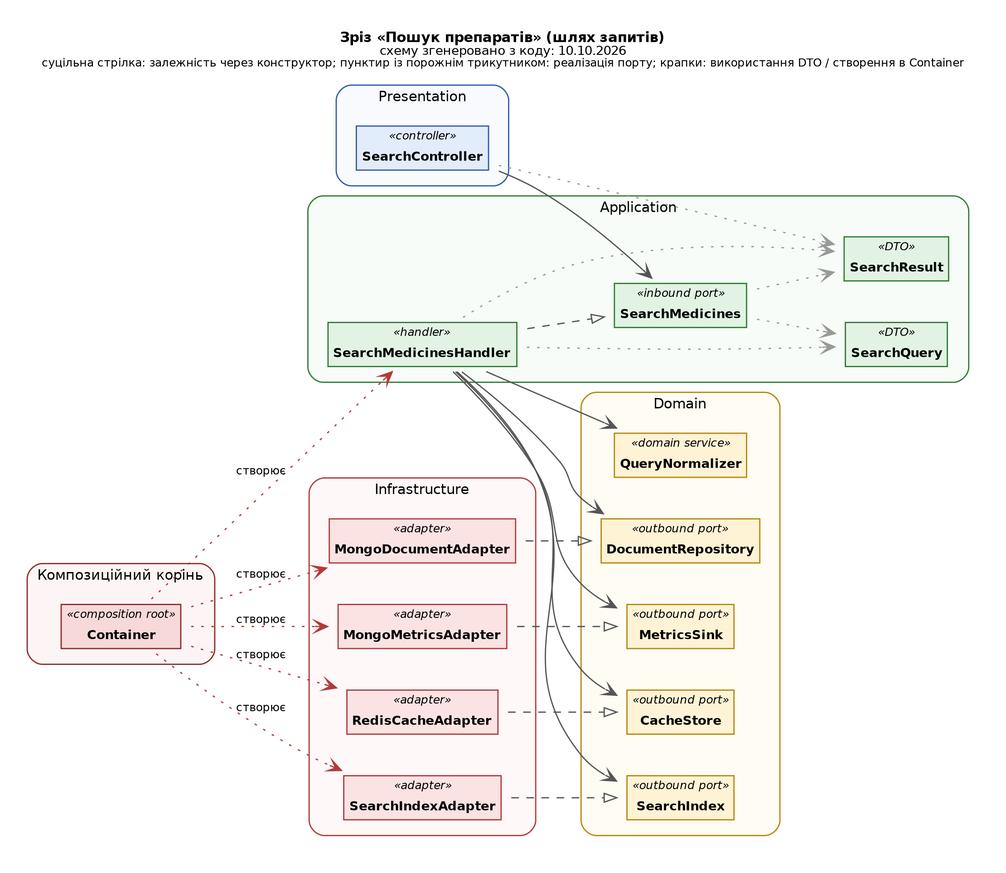
Before: docs/diagrams/05_search_slice.png, a diagram exported from Graphviz (ArtemHaylo/BD_coursework_medicine). Its source is kept beside it as docs/diagrams/05_search_slice.dot. The source it was exported from:
```dot
digraph search {
  rankdir=LR;
  graph [fontname="DejaVu Sans", fontsize=11, labelloc=t, pad=0.3, nodesep=0.35, ranksep=0.7];
  node [fontname="DejaVu Sans", fontsize=10];
  edge [fontname="DejaVu Sans", fontsize=9, color="#555555"];
  label=<<B>Зріз «Пошук препаратів» (шлях запитів)</B><BR/><FONT POINT-SIZE="10">схему згенеровано з коду: 10.10.2026</FONT><BR/><FONT POINT-SIZE="9">суцільна стрілка: залежність через конструктор; пунктир із порожнім трикутником: реалізація порту; крапки: використання DTO / створення в Container</FONT>>;
  subgraph "cluster_presentation" {
    label="Presentation"; style="rounded,filled"; fillcolor="#E3ECFB40"; color="#2F5DA8"; fontname="DejaVu Sans";
    "SearchController" [shape=plaintext, label=<<TABLE BORDER="1" CELLBORDER="0" CELLSPACING="0" CELLPADDING="3" BGCOLOR="#E3ECFB" COLOR="#2F5DA8"><TR><TD><FONT POINT-SIZE="9"><I>«controller»</I></FONT></TD></TR><TR><TD><B>SearchController</B></TD></TR></TABLE>>];
  }
  subgraph "cluster_application" {
    label="Application"; style="rounded,filled"; fillcolor="#E2F3E440"; color="#2E7D32"; fontname="DejaVu Sans";
    "SearchMedicines" [shape=plaintext, label=<<TABLE BORDER="1" CELLBORDER="0" CELLSPACING="0" CELLPADDING="3" BGCOLOR="#E2F3E4" COLOR="#2E7D32"><TR><TD><FONT POINT-SIZE="9"><I>«inbound port»</I></FONT></TD></TR><TR><TD><B>SearchMedicines</B></TD></TR></TABLE>>];
    "SearchMedicinesHandler" [shape=plaintext, label=<<TABLE BORDER="1" CELLBORDER="0" CELLSPACING="0" CELLPADDING="3" BGCOLOR="#E2F3E4" COLOR="#2E7D32"><TR><TD><FONT POINT-SIZE="9"><I>«handler»</I></FONT></TD></TR><TR><TD><B>SearchMedicinesHandler</B></TD></TR></TABLE>>];
    "SearchQuery" [shape=plaintext, label=<<TABLE BORDER="1" CELLBORDER="0" CELLSPACING="0" CELLPADDING="3" BGCOLOR="#E2F3E4" COLOR="#2E7D32"><TR><TD><FONT POINT-SIZE="9"><I>«DTO»</I></FONT></TD></TR><TR><TD><B>SearchQuery</B></TD></TR></TABLE>>];
    "SearchResult" [shape=plaintext, label=<<TABLE BORDER="1" CELLBORDER="0" CELLSPACING="0" CELLPADDING="3" BGCOLOR="#E2F3E4" COLOR="#2E7D32"><TR><TD><FONT POINT-SIZE="9"><I>«DTO»</I></FONT></TD></TR><TR><TD><B>SearchResult</B></TD></TR></TABLE>>];
  }
  subgraph "cluster_domain" {
    label="Domain"; style="rounded,filled"; fillcolor="#FFF3D640"; color="#B8860B"; fontname="DejaVu Sans";
    "CacheStore" [shape=plaintext, label=<<TABLE BORDER="1" CELLBORDER="0" CELLSPACING="0" CELLPADDING="3" BGCOLOR="#FFF3D6" COLOR="#B8860B"><TR><TD><FONT POINT-SIZE="9"><I>«outbound port»</I></FONT></TD></TR><TR><TD><B>CacheStore</B></TD></TR></TABLE>>];
    "DocumentRepository" [shape=plaintext, label=<<TABLE BORDER="1" CELLBORDER="0" CELLSPACING="0" CELLPADDING="3" BGCOLOR="#FFF3D6" COLOR="#B8860B"><TR><TD><FONT POINT-SIZE="9"><I>«outbound port»</I></FONT></TD></TR><TR><TD><B>DocumentRepository</B></TD></TR></TABLE>>];
    "MetricsSink" [shape=plaintext, label=<<TABLE BORDER="1" CELLBORDER="0" CELLSPACING="0" CELLPADDING="3" BGCOLOR="#FFF3D6" COLOR="#B8860B"><TR><TD><FONT POINT-SIZE="9"><I>«outbound port»</I></FONT></TD></TR><TR><TD><B>MetricsSink</B></TD></TR></TABLE>>];
    "QueryNormalizer" [shape=plaintext, label=<<TABLE BORDER="1" CELLBORDER="0" CELLSPACING="0" CELLPADDING="3" BGCOLOR="#FFF3D6" COLOR="#B8860B"><TR><TD><FONT POINT-SIZE="9"><I>«domain service»</I></FONT></TD></TR><TR><TD><B>QueryNormalizer</B></TD></TR></TABLE>>];
    "SearchIndex" [shape=plaintext, label=<<TABLE BORDER="1" CELLBORDER="0" CELLSPACING="0" CELLPADDING="3" BGCOLOR="#FFF3D6" COLOR="#B8860B"><TR><TD><FONT POINT-SIZE="9"><I>«outbound port»</I></FONT></TD></TR><TR><TD><B>SearchIndex</B></TD></TR></TABLE>>];
  }
  subgraph "cluster_infrastructure" {
    label="Infrastructure"; style="rounded,filled"; fillcolor="#FBE3E340"; color="#B23A3A"; fontname="DejaVu Sans";
    "MongoDocumentAdapter" [shape=plaintext, label=<<TABLE BORDER="1" CELLBORDER="0" CELLSPACING="0" CELLPADDING="3" BGCOLOR="#FBE3E3" COLOR="#B23A3A"><TR><TD><FONT POINT-SIZE="9"><I>«adapter»</I></FONT></TD></TR><TR><TD><B>MongoDocumentAdapter</B></TD></TR></TABLE>>];
    "MongoMetricsAdapter" [shape=plaintext, label=<<TABLE BORDER="1" CELLBORDER="0" CELLSPACING="0" CELLPADDING="3" BGCOLOR="#FBE3E3" COLOR="#B23A3A"><TR><TD><FONT POINT-SIZE="9"><I>«adapter»</I></FONT></TD></TR><TR><TD><B>MongoMetricsAdapter</B></TD></TR></TABLE>>];
    "RedisCacheAdapter" [shape=plaintext, label=<<TABLE BORDER="1" CELLBORDER="0" CELLSPACING="0" CELLPADDING="3" BGCOLOR="#FBE3E3" COLOR="#B23A3A"><TR><TD><FONT POINT-SIZE="9"><I>«adapter»</I></FONT></TD></TR><TR><TD><B>RedisCacheAdapter</B></TD></TR></TABLE>>];
    "SearchIndexAdapter" [shape=plaintext, label=<<TABLE BORDER="1" CELLBORDER="0" CELLSPACING="0" CELLPADDING="3" BGCOLOR="#FBE3E3" COLOR="#B23A3A"><TR><TD><FONT POINT-SIZE="9"><I>«adapter»</I></FONT></TD></TR><TR><TD><B>SearchIndexAdapter</B></TD></TR></TABLE>>];
  }
  subgraph "cluster_config" {
    label="Композиційний корінь"; style="rounded,filled"; fillcolor="#F7D9D940"; color="#8E2B2B"; fontname="DejaVu Sans";
    "Container" [shape=plaintext, label=<<TABLE BORDER="1" CELLBORDER="0" CELLSPACING="0" CELLPADDING="3" BGCOLOR="#F7D9D9" COLOR="#8E2B2B"><TR><TD><FONT POINT-SIZE="9"><I>«composition root»</I></FONT></TD></TR><TR><TD><B>Container</B></TD></TR></TABLE>>];
  }
  "Container" -> "MongoDocumentAdapter" [style=dotted, arrowhead=open, color="#B23A3A", label="створює"];
  "Container" -> "SearchIndexAdapter" [style=dotted, arrowhead=open, color="#B23A3A", label="створює"];
  "Container" -> "RedisCacheAdapter" [style=dotted, arrowhead=open, color="#B23A3A", label="створює"];
  "Container" -> "MongoMetricsAdapter" [style=dotted, arrowhead=open, color="#B23A3A", label="створює"];
  "Container" -> "SearchMedicinesHandler" [style=dotted, arrowhead=open, color="#B23A3A", label="створює"];
  "MongoDocumentAdapter" -> "DocumentRepository" [style=dashed, arrowhead=empty];
  "MongoMetricsAdapter" -> "MetricsSink" [style=dashed, arrowhead=empty];
  "RedisCacheAdapter" -> "CacheStore" [style=dashed, arrowhead=empty];
  "SearchController" -> "SearchMedicines" [arrowhead=vee];
  "SearchController" -> "SearchResult" [style=dotted, arrowhead=open, color="#999999"];
  "SearchIndexAdapter" -> "SearchIndex" [style=dashed, arrowhead=empty];
  "SearchMedicines" -> "SearchQuery" [style=dotted, arrowhead=open, color="#999999"];
  "SearchMedicines" -> "SearchResult" [style=dotted, arrowhead=open, color="#999999"];
  "SearchMedicinesHandler" -> "SearchMedicines" [style=dashed, arrowhead=empty];
  "SearchMedicinesHandler" -> "SearchIndex" [arrowhead=vee];
  "SearchMedicinesHandler" -> "CacheStore" [arrowhead=vee];
  "SearchMedicinesHandler" -> "DocumentRepository" [arrowhead=vee];
  "SearchMedicinesHandler" -> "MetricsSink" [arrowhead=vee];
  "SearchMedicinesHandler" -> "QueryNormalizer" [arrowhead=vee];
  "SearchMedicinesHandler" -> "SearchQuery" [style=dotted, arrowhead=open, color="#999999"];
  "SearchMedicinesHandler" -> "SearchResult" [style=dotted, arrowhead=open, color="#999999"];
}
```
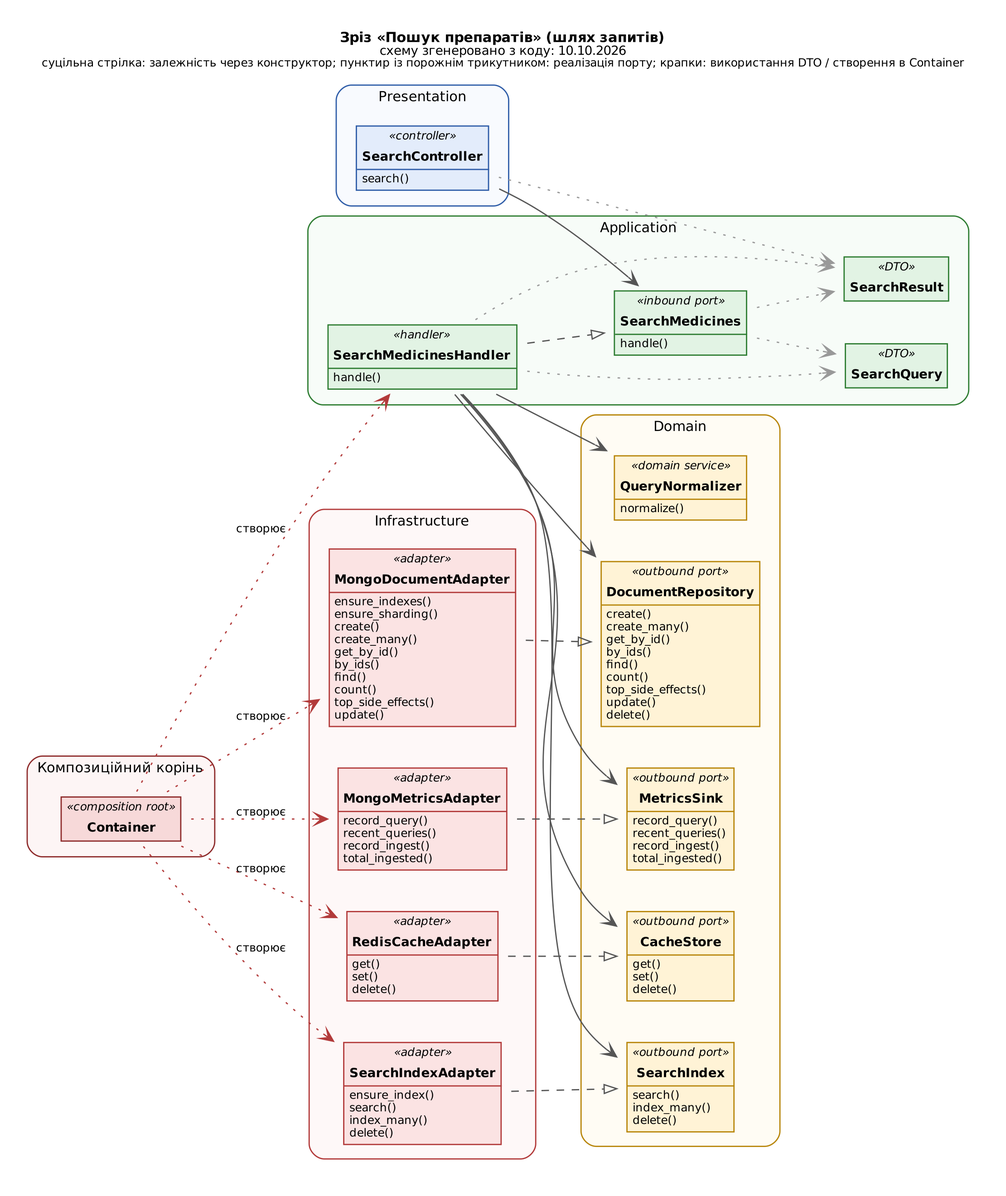
Later version of the same file.

What changed in the source:
```diff
@@ -6,29 +6,29 @@
   label=<<B>Зріз «Пошук препаратів» (шлях запитів)</B><BR/><FONT POINT-SIZE="10">схему згенеровано з коду: 10.10.2026</FONT><BR/><FONT POINT-SIZE="9">суцільна стрілка: залежність через конструктор; пунктир із порожнім трикутником: реалізація порту; крапки: використання DTO / створення в Container</FONT>>;
   subgraph "cluster_presentation" {
     label="Presentation"; style="rounded,filled"; fillcolor="#E3ECFB40"; color="#2F5DA8"; fontname="DejaVu Sans";
-    "SearchController" [shape=plaintext, label=<<TABLE BORDER="1" CELLBORDER="0" CELLSPACING="0" CELLPADDING="3" BGCOLOR="#E3ECFB" COLOR="#2F5DA8"><TR><TD><FONT POINT-SIZE="9"><I>«controller»</I></FONT></TD></TR><TR><TD><B>SearchController</B></TD></TR></TABLE>>];
+    "SearchController" [shape=plaintext, label=<<TABLE BORDER="1" CELLBORDER="0" CELLSPACING="0" CELLPADDING="3" BGCOLOR="#E3ECFB" COLOR="#2F5DA8"><TR><TD><FONT POINT-SIZE="9"><I>«controller»</I></FONT></TD></TR><TR><TD><B>SearchController</B></TD></TR><HR/><TR><TD ALIGN="LEFT" BALIGN="LEFT"><FONT POINT-SIZE="9">search()<BR ALIGN="LEFT"/></FONT></TD></TR></TABLE>>];
   }
   subgraph "cluster_application" {
     label="Application"; style="rounded,filled"; fillcolor="#E2F3E440"; color="#2E7D32"; fontname="DejaVu Sans";
-    "SearchMedicines" [shape=plaintext, label=<<TABLE BORDER="1" CELLBORDER="0" CELLSPACING="0" CELLPADDING="3" BGCOLOR="#E2F3E4" COLOR="#2E7D32"><TR><TD><FONT POINT-SIZE="9"><I>«inbound port»</I></FONT></TD></TR><TR><TD><B>SearchMedicines</B></TD></TR></TABLE>>];
-    "SearchMedicinesHandler" [shape=plaintext, label=<<TABLE BORDER="1" CELLBORDER="0" CELLSPACING="0" CELLPADDING="3" BGCOLOR="#E2F3E4" COLOR="#2E7D32"><TR><TD><FONT POINT-SIZE="9"><I>«handler»</I></FONT></TD></TR><TR><TD><B>SearchMedicinesHandler</B></TD></TR></TABLE>>];
+    "SearchMedicines" [shape=plaintext, label=<<TABLE BORDER="1" CELLBORDER="0" CELLSPACING="0" CELLPADDING="3" BGCOLOR="#E2F3E4" COLOR="#2E7D32"><TR><TD><FONT POINT-SIZE="9"><I>«inbound port»</I></FONT></TD></TR><TR><TD><B>SearchMedicines</B></TD></TR><HR/><TR><TD ALIGN="LEFT" BALIGN="LEFT"><FONT POINT-SIZE="9">handle()<BR ALIGN="LEFT"/></FONT></TD></TR></TABLE>>];
+    "SearchMedicinesHandler" [shape=plaintext, label=<<TABLE BORDER="1" CELLBORDER="0" CELLSPACING="0" CELLPADDING="3" BGCOLOR="#E2F3E4" COLOR="#2E7D32"><TR><TD><FONT POINT-SIZE="9"><I>«handler»</I></FONT></TD></TR><TR><TD><B>SearchMedicinesHandler</B></TD></TR><HR/><TR><TD ALIGN="LEFT" BALIGN="LEFT"><FONT POINT-SIZE="9">handle()<BR ALIGN="LEFT"/></FONT></TD></TR></TABLE>>];
     "SearchQuery" [shape=plaintext, label=<<TABLE BORDER="1" CELLBORDER="0" CELLSPACING="0" CELLPADDING="3" BGCOLOR="#E2F3E4" COLOR="#2E7D32"><TR><TD><FONT POINT-SIZE="9"><I>«DTO»</I></FONT></TD></TR><TR><TD><B>SearchQuery</B></TD></TR></TABLE>>];
     "SearchResult" [shape=plaintext, label=<<TABLE BORDER="1" CELLBORDER="0" CELLSPACING="0" CELLPADDING="3" BGCOLOR="#E2F3E4" COLOR="#2E7D32"><TR><TD><FONT POINT-SIZE="9"><I>«DTO»</I></FONT></TD></TR><TR><TD><B>SearchResult</B></TD></TR></TABLE>>];
   }
   subgraph "cluster_domain" {
     label="Domain"; style="rounded,filled"; fillcolor="#FFF3D640"; color="#B8860B"; fontname="DejaVu Sans";
-    "CacheStore" [shape=plaintext, label=<<TABLE BORDER="1" CELLBORDER="0" CELLSPACING="0" CELLPADDING="3" BGCOLOR="#FFF3D6" COLOR="#B8860B"><TR><TD><FONT POINT-SIZE="9"><I>«outbound port»</I></FONT></TD></TR><TR><TD><B>CacheStore</B></TD></TR></TABLE>>];
-    "DocumentRepository" [shape=plaintext, label=<<TABLE BORDER="1" CELLBORDER="0" CELLSPACING="0" CELLPADDING="3" BGCOLOR="#FFF3D6" COLOR="#B8860B"><TR><TD><FONT POINT-SIZE="9"><I>«outbound port»</I></FONT></TD></TR><TR><TD><B>DocumentRepository</B></TD></TR></TABLE>>];
-    "MetricsSink" [shape=plaintext, label=<<TABLE BORDER="1" CELLBORDER="0" CELLSPACING="0" CELLPADDING="3" BGCOLOR="#FFF3D6" COLOR="#B8860B"><TR><TD><FONT POINT-SIZE="9"><I>«outbound port»</I></FONT></TD></TR><TR><TD><B>MetricsSink</B></TD></TR></TABLE>>];
-    "QueryNormalizer" [shape=plaintext, label=<<TABLE BORDER="1" CELLBORDER="0" CELLSPACING="0" CELLPADDING="3" BGCOLOR="#FFF3D6" COLOR="#B8860B"><TR><TD><FONT POINT-SIZE="9"><I>«domain service»</I></FONT></TD></TR><TR><TD><B>QueryNormalizer</B></TD></TR></TABLE>>];
-    "SearchIndex" [shape=plaintext, label=<<TABLE BORDER="1" CELLBORDER="0" CELLSPACING="0" CELLPADDING="3" BGCOLOR="#FFF3D6" COLOR="#B8860B"><TR><TD><FONT POINT-SIZE="9"><I>«outbound port»</I></FONT></TD></TR><TR><TD><B>SearchIndex</B></TD></TR></TABLE>>];
+    "CacheStore" [shape=plaintext, label=<<TABLE BORDER="1" CELLBORDER="0" CELLSPACING="0" CELLPADDING="3" BGCOLOR="#FFF3D6" COLOR="#B8860B"><TR><TD><FONT POINT-SIZE="9"><I>«outbound port»</I></FONT></TD></TR><TR><TD><B>CacheStore</B></TD></TR><HR/><TR><TD ALIGN="LEFT" BALIGN="LEFT"><FONT POINT-SIZE="9">get()<BR ALIGN="LEFT"/>set()<BR ALIGN="LEFT"/>delete()<BR ALIGN="LEFT"/></FONT></TD></TR></TABLE>>];
+    "DocumentRepository" [shape=plaintext, label=<<TABLE BORDER="1" CELLBORDER="0" CELLSPACING="0" CELLPADDING="3" BGCOLOR="#FFF3D6" COLOR="#B8860B"><TR><TD><FONT POINT-SIZE="9"><I>«outbound port»</I></FONT></TD></TR><TR><TD><B>DocumentRepository</B></TD></TR><HR/><TR><TD ALIGN="LEFT" BALIGN="LEFT"><FONT POINT-SIZE="9">create()<BR ALIGN="LEFT"/>create_many()<BR ALIGN="LEFT"/>get_by_id()<BR ALIGN="LEFT"/>by_ids()<BR ALIGN="LEFT"/>find()<BR ALIGN="LEFT"/>count()<BR ALIGN="LEFT"/>top_side_effects()<BR ALIGN="LEFT"/>update()<BR ALIGN="LEFT"/>delete()<BR ALIGN="LEFT"/></FONT></TD></TR></TABLE>>];
+    "MetricsSink" [shape=plaintext, label=<<TABLE BORDER="1" CELLBORDER="0" CELLSPACING="0" CELLPADDING="3" BGCOLOR="#FFF3D6" COLOR="#B8860B"><TR><TD><FONT POINT-SIZE="9"><I>«outbound port»</I></FONT></TD></TR><TR><TD><B>MetricsSink</B></TD></TR><HR/><TR><TD ALIGN="LEFT" BALIGN="LEFT"><FONT POINT-SIZE="9">record_query()<BR ALIGN="LEFT"/>recent_queries()<BR ALIGN="LEFT"/>record_ingest()<BR ALIGN="LEFT"/>total_ingested()<BR ALIGN="LEFT"/></FONT></TD></TR></TABLE>>];
+    "QueryNormalizer" [shape=plaintext, label=<<TABLE BORDER="1" CELLBORDER="0" CELLSPACING="0" CELLPADDING="3" BGCOLOR="#FFF3D6" COLOR="#B8860B"><TR><TD><FONT POINT-SIZE="9"><I>«domain service»</I></FONT></TD></TR><TR><TD><B>QueryNormalizer</B></TD></TR><HR/><TR><TD ALIGN="LEFT" BALIGN="LEFT"><FONT POINT-SIZE="9">normalize()<BR ALIGN="LEFT"/></FONT></TD></TR></TABLE>>];
+    "SearchIndex" [shape=plaintext, label=<<TABLE BORDER="1" CELLBORDER="0" CELLSPACING="0" CELLPADDING="3" BGCOLOR="#FFF3D6" COLOR="#B8860B"><TR><TD><FONT POINT-SIZE="9"><I>«outbound port»</I></FONT></TD></TR><TR><TD><B>SearchIndex</B></TD></TR><HR/><TR><TD ALIGN="LEFT" BALIGN="LEFT"><FONT POINT-SIZE="9">search()<BR ALIGN="LEFT"/>index_many()<BR ALIGN="LEFT"/>delete()<BR ALIGN="LEFT"/></FONT></TD></TR></TABLE>>];
   }
   subgraph "cluster_infrastructure" {
     label="Infrastructure"; style="rounded,filled"; fillcolor="#FBE3E340"; color="#B23A3A"; fontname="DejaVu Sans";
-    "MongoDocumentAdapter" [shape=plaintext, label=<<TABLE BORDER="1" CELLBORDER="0" CELLSPACING="0" CELLPADDING="3" BGCOLOR="#FBE3E3" COLOR="#B23A3A"><TR><TD><FONT POINT-SIZE="9"><I>«adapter»</I></FONT></TD></TR><TR><TD><B>MongoDocumentAdapter</B></TD></TR></TABLE>>];
-    "MongoMetricsAdapter" [shape=plaintext, label=<<TABLE BORDER="1" CELLBORDER="0" CELLSPACING="0" CELLPADDING="3" BGCOLOR="#FBE3E3" COLOR="#B23A3A"><TR><TD><FONT POINT-SIZE="9"><I>«adapter»</I></FONT></TD></TR><TR><TD><B>MongoMetricsAdapter</B></TD></TR></TABLE>>];
-    "RedisCacheAdapter" [shape=plaintext, label=<<TABLE BORDER="1" CELLBORDER="0" CELLSPACING="0" CELLPADDING="3" BGCOLOR="#FBE3E3" COLOR="#B23A3A"><TR><TD><FONT POINT-SIZE="9"><I>«adapter»</I></FONT></TD></TR><TR><TD><B>RedisCacheAdapter</B></TD></TR></TABLE>>];
-    "SearchIndexAdapter" [shape=plaintext, label=<<TABLE BORDER="1" CELLBORDER="0" CELLSPACING="0" CELLPADDING="3" BGCOLOR="#FBE3E3" COLOR="#B23A3A"><TR><TD><FONT POINT-SIZE="9"><I>«adapter»</I></FONT></TD></TR><TR><TD><B>SearchIndexAdapter</B></TD></TR></TABLE>>];
+    "MongoDocumentAdapter" [shape=plaintext, label=<<TABLE BORDER="1" CELLBORDER="0" CELLSPACING="0" CELLPADDING="3" BGCOLOR="#FBE3E3" COLOR="#B23A3A"><TR><TD><FONT POINT-SIZE="9"><I>«adapter»</I></FONT></TD></TR><TR><TD><B>MongoDocumentAdapter</B></TD></TR><HR/><TR><TD ALIGN="LEFT" BALIGN="LEFT"><FONT POINT-SIZE="9">ensure_indexes()<BR ALIGN="LEFT"/>ensure_sharding()<BR ALIGN="LEFT"/>create()<BR ALIGN="LEFT"/>create_many()<BR ALIGN="LEFT"/>get_by_id()<BR ALIGN="LEFT"/>by_ids()<BR ALIGN="LEFT"/>find()<BR ALIGN="LEFT"/>count()<BR ALIGN="LEFT"/>top_side_effects()<BR ALIGN="LEFT"/>update()<BR ALIGN="LEFT"/></FONT></TD></TR></TABLE>>];
+    "MongoMetricsAdapter" [shape=plaintext, label=<<TABLE BORDER="1" CELLBORDER="0" CELLSPACING="0" CELLPADDING="3" BGCOLOR="#FBE3E3" COLOR="#B23A3A"><TR><TD><FONT POINT-SIZE="9"><I>«adapter»</I></FONT></TD></TR><TR><TD><B>MongoMetricsAdapter</B></TD></TR><HR/><TR><TD ALIGN="LEFT" BALIGN="LEFT"><FONT POINT-SIZE="9">record_query()<BR ALIGN="LEFT"/>recent_queries()<BR ALIGN="LEFT"/>record_ingest()<BR ALIGN="LEFT"/>total_ingested()<BR ALIGN="LEFT"/></FONT></TD></TR></TABLE>>];
+    "RedisCacheAdapter" [shape=plaintext, label=<<TABLE BORDER="1" CELLBORDER="0" CELLSPACING="0" CELLPADDING="3" BGCOLOR="#FBE3E3" COLOR="#B23A3A"><TR><TD><FONT POINT-SIZE="9"><I>«adapter»</I></FONT></TD></TR><TR><TD><B>RedisCacheAdapter</B></TD></TR><HR/><TR><TD ALIGN="LEFT" BALIGN="LEFT"><FONT POINT-SIZE="9">get()<BR ALIGN="LEFT"/>set()<BR ALIGN="LEFT"/>delete()<BR ALIGN="LEFT"/></FONT></TD></TR></TABLE>>];
+    "SearchIndexAdapter" [shape=plaintext, label=<<TABLE BORDER="1" CELLBORDER="0" CELLSPACING="0" CELLPADDING="3" BGCOLOR="#FBE3E3" COLOR="#B23A3A"><TR><TD><FONT POINT-SIZE="9"><I>«adapter»</I></FONT></TD></TR><TR><TD><B>SearchIndexAdapter</B></TD></TR><HR/><TR><TD ALIGN="LEFT" BALIGN="LEFT"><FONT POINT-SIZE="9">ensure_index()<BR ALIGN="LEFT"/>search()<BR ALIGN="LEFT"/>index_many()<BR ALIGN="LEFT"/>delete()<BR ALIGN="LEFT"/></FONT></TD></TR></TABLE>>];
   }
   subgraph "cluster_config" {
     label="Композиційний корінь"; style="rounded,filled"; fillcolor="#F7D9D940"; color="#8E2B2B"; fontname="DejaVu Sans";
```
